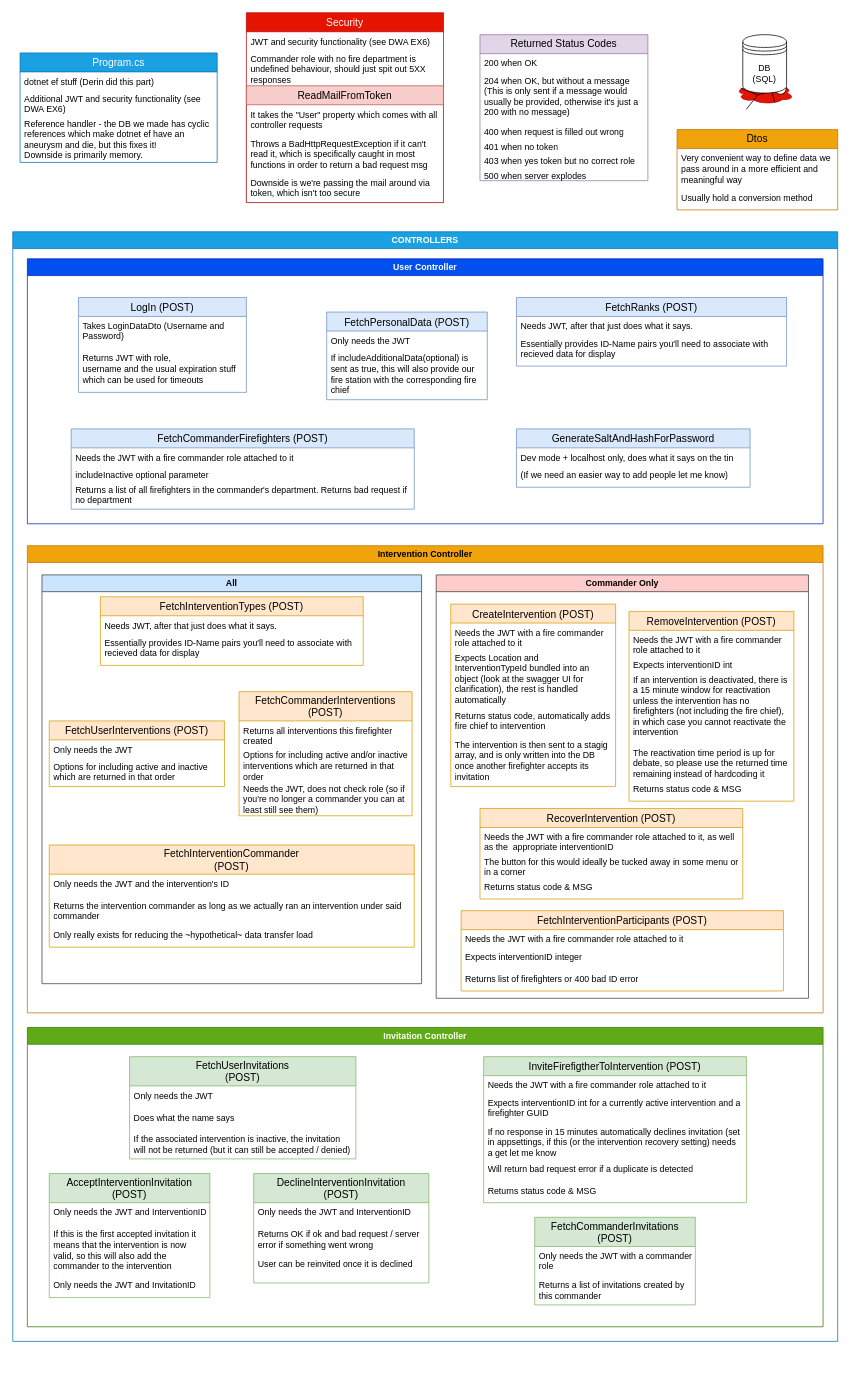
Above: API/API_MAP_v2.drawio in Team561/FIS-API (draw.io), before the change. Source tidied: cells renumbered, new cells numbered last; positions are measured from the earlier drawing's top-left corner, leaving out a move shared by most shapes. Both pictures are drawn from the tidied source at 73%, with x=0, y=0 at pixel (12, 12).
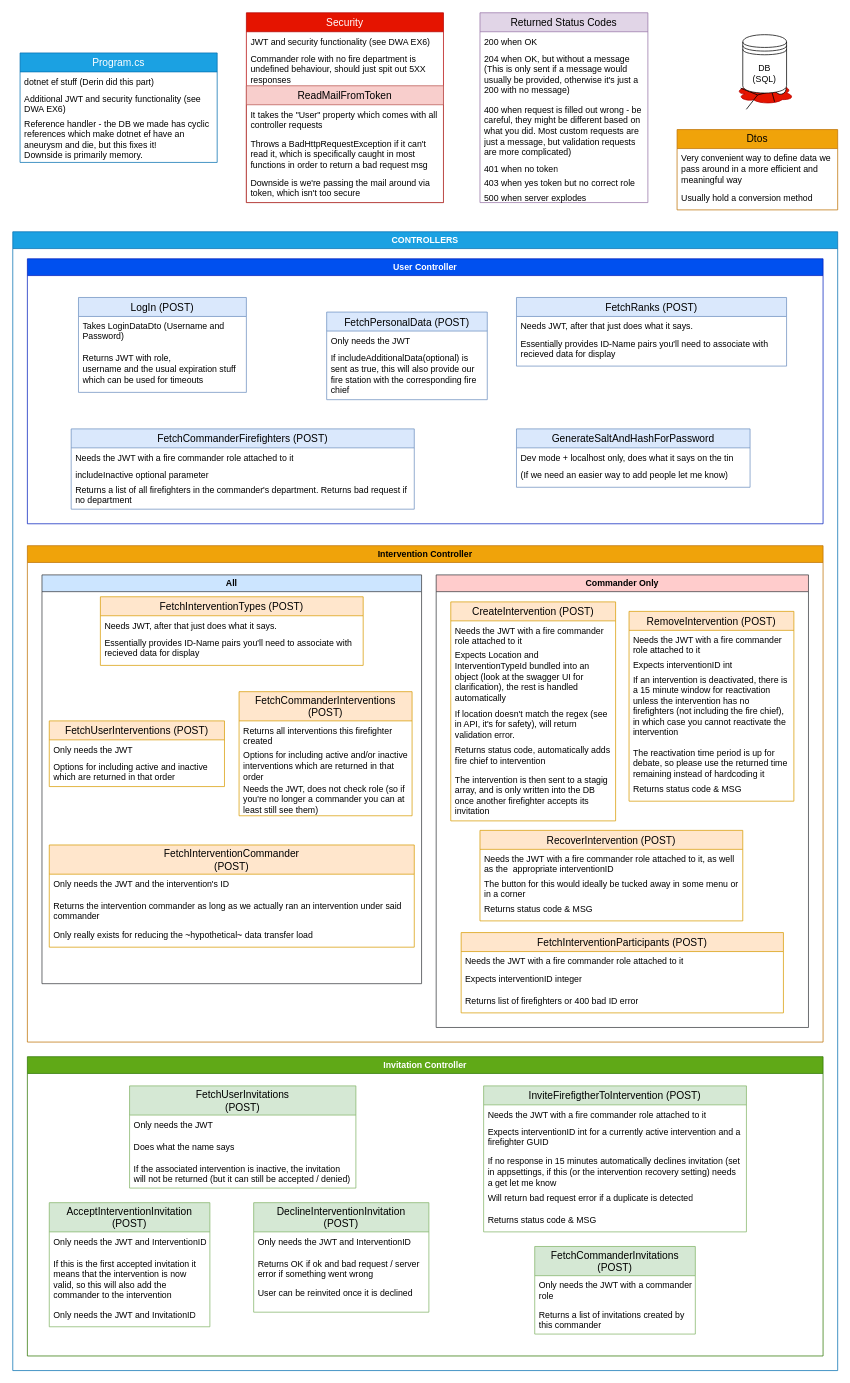
The same diagram, later.

The edit, as a diff of the source:
```diff
@@
     <mxCell id="18" value="CONTROLLERS" style="swimlane;whiteSpace=wrap;html=1;fillColor=#1ba1e2;strokeColor=#006EAF;fontColor=#ffffff;" parent="1" vertex="1">
-      <mxGeometry y="300" width="1130" height="1520" as="geometry" />
+      <mxGeometry y="300" width="1130" height="1560" as="geometry" />
     </mxCell>
     <mxCell id="19" value="Intervention Controller" style="swimlane;whiteSpace=wrap;html=1;fillColor=#f0a30a;strokeColor=#BD7000;fontColor=#000000;" parent="18" vertex="1">
-      <mxGeometry x="20" y="430" width="1090" height="640" as="geometry" />
+      <mxGeometry x="20" y="430" width="1090" height="680" as="geometry" />
     </mxCell>
@@
     <mxCell id="35" value="Commander Only" style="swimlane;whiteSpace=wrap;html=1;fillColor=#ffcccc;strokeColor=#36393d;" parent="19" vertex="1">
-      <mxGeometry x="560" y="40" width="510" height="580" as="geometry" />
+      <mxGeometry x="560" y="40" width="510" height="620" as="geometry" />
     </mxCell>
@@
     <mxCell id="42" value="CreateIntervention (POST)" style="swimlane;fontStyle=0;horizontal=1;startSize=26;align=center;fontSize=14;fillColor=#ffe6cc;strokeColor=#d79b00;" parent="35" vertex="1">
-      <mxGeometry x="20" y="40" width="225.8" height="250" as="geometry" />
+      <mxGeometry x="20" y="37" width="225.8" height="300" as="geometry" />
     </mxCell>
@@
+    <mxCell id="102" value="If location doesn't match the regex (see in API, it's for safety), will return validation error." style="text;strokeColor=none;fillColor=none;spacingLeft=4;spacingRight=4;overflow=hidden;fontSize=12;whiteSpace=wrap;" parent="42" vertex="1">
+      <mxGeometry y="140" width="225.8" height="50" as="geometry" />
+    </mxCell>
     <mxCell id="45" value="Returns status code, automatically adds fire chief to intervention" style="text;strokeColor=none;fillColor=none;spacingLeft=4;spacingRight=4;overflow=hidden;fontSize=12;whiteSpace=wrap;" parent="42" vertex="1">
-      <mxGeometry y="140" width="225.8" height="40" as="geometry" />
+      <mxGeometry y="190" width="225.8" height="40" as="geometry" />
     </mxCell>
     <mxCell id="46" value="The intervention is then sent to a stagig array, and is only written into the DB once another firefighter accepts its invitation" style="text;strokeColor=none;fillColor=none;spacingLeft=4;spacingRight=4;overflow=hidden;fontSize=12;whiteSpace=wrap;" parent="42" vertex="1">
-      <mxGeometry y="180" width="225.8" height="70" as="geometry" />
+      <mxGeometry y="230" width="225.8" height="70" as="geometry" />
     </mxCell>
     <mxCell id="47" value="FetchInterventionParticipants (POST)" style="swimlane;fontStyle=0;horizontal=1;startSize=26;align=center;fontSize=14;fillColor=#ffe6cc;strokeColor=#d79b00;" parent="35" vertex="1">
-      <mxGeometry x="34.2" y="460" width="441.5" height="110" as="geometry" />
+      <mxGeometry x="34.2" y="490" width="441.5" height="110" as="geometry" />
     </mxCell>
@@
     <mxCell id="51" value="RecoverIntervention (POST)" style="swimlane;fontStyle=0;horizontal=1;startSize=26;align=center;fontSize=14;fillColor=#ffe6cc;strokeColor=#d79b00;" parent="35" vertex="1">
-      <mxGeometry x="60" y="320" width="360" height="124" as="geometry" />
+      <mxGeometry x="60" y="350" width="360" height="124" as="geometry" />
     </mxCell>
@@
     <mxCell id="72" value="Invitation Controller" style="swimlane;whiteSpace=wrap;html=1;fillColor=#60a917;fontColor=#ffffff;strokeColor=#2D7600;" parent="18" vertex="1">
-      <mxGeometry x="20" y="1090" width="1090" height="410" as="geometry" />
+      <mxGeometry x="20" y="1130" width="1090" height="410" as="geometry" />
     </mxCell>
@@
     <mxCell id="94" value="Returned Status Codes" style="swimlane;fontStyle=0;horizontal=1;startSize=26;align=center;fontSize=14;whiteSpace=wrap;fillColor=#e1d5e7;strokeColor=#9673a6;" parent="1" vertex="1">
-      <mxGeometry x="640" y="30" width="230" height="200" as="geometry" />
+      <mxGeometry x="640" width="230" height="260" as="geometry" />
     </mxCell>
@@
-    <mxCell id="97" value="400 when request is filled out wrong" style="text;strokeColor=none;fillColor=none;spacingLeft=4;spacingRight=4;overflow=hidden;fontSize=12;whiteSpace=wrap;" parent="94" vertex="1">
-      <mxGeometry y="120" width="230" height="20" as="geometry" />
+    <mxCell id="97" value="400 when request is filled out wrong - be careful, they might be different based on what you did. Most custom requests are just a message, but validation requests are more complicated)" style="text;strokeColor=none;fillColor=none;spacingLeft=4;spacingRight=4;overflow=hidden;fontSize=12;whiteSpace=wrap;" parent="94" vertex="1">
+      <mxGeometry y="120" width="230" height="80" as="geometry" />
     </mxCell>
     <mxCell id="98" value="401 when no token" style="text;strokeColor=none;fillColor=none;spacingLeft=4;spacingRight=4;overflow=hidden;fontSize=12;whiteSpace=wrap;" parent="94" vertex="1">
-      <mxGeometry y="140" width="230" height="20" as="geometry" />
+      <mxGeometry y="200" width="230" height="20" as="geometry" />
     </mxCell>
     <mxCell id="99" value="403 when yes token but no correct role" style="text;strokeColor=none;fillColor=none;spacingLeft=4;spacingRight=4;overflow=hidden;fontSize=12;whiteSpace=wrap;" parent="94" vertex="1">
-      <mxGeometry y="160" width="230" height="20" as="geometry" />
+      <mxGeometry y="220" width="230" height="20" as="geometry" />
     </mxCell>
     <mxCell id="100" value="500 when server explodes" style="text;strokeColor=none;fillColor=none;spacingLeft=4;spacingRight=4;overflow=hidden;fontSize=12;whiteSpace=wrap;" parent="94" vertex="1">
-      <mxGeometry y="180" width="230" height="20" as="geometry" />
+      <mxGeometry y="240" width="230" height="20" as="geometry" />
     </mxCell>
```
